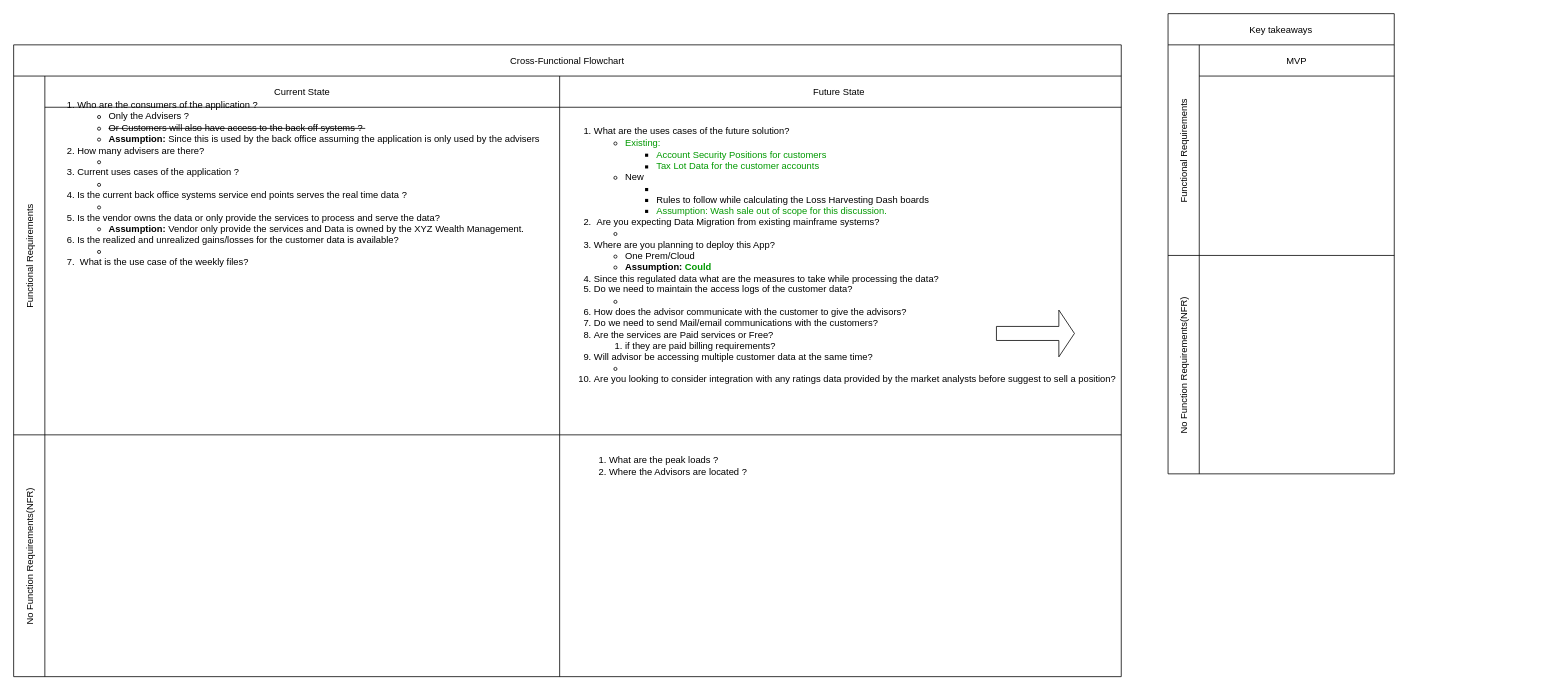
Earlier version of the draw.io diagram page "Discussion" (2 of 3) of solution/XYZ Wealth Management.drawio (Vykuntarao-n/loss-harvesting-dashboard). Source tidied: cells renumbered, new cells numbered last; positions are measured from the earlier drawing's top-left corner, leaving out a move shared by most shapes. Both pictures are drawn from the tidied source at 78%, with x=0, y=0 at pixel (13, 13).
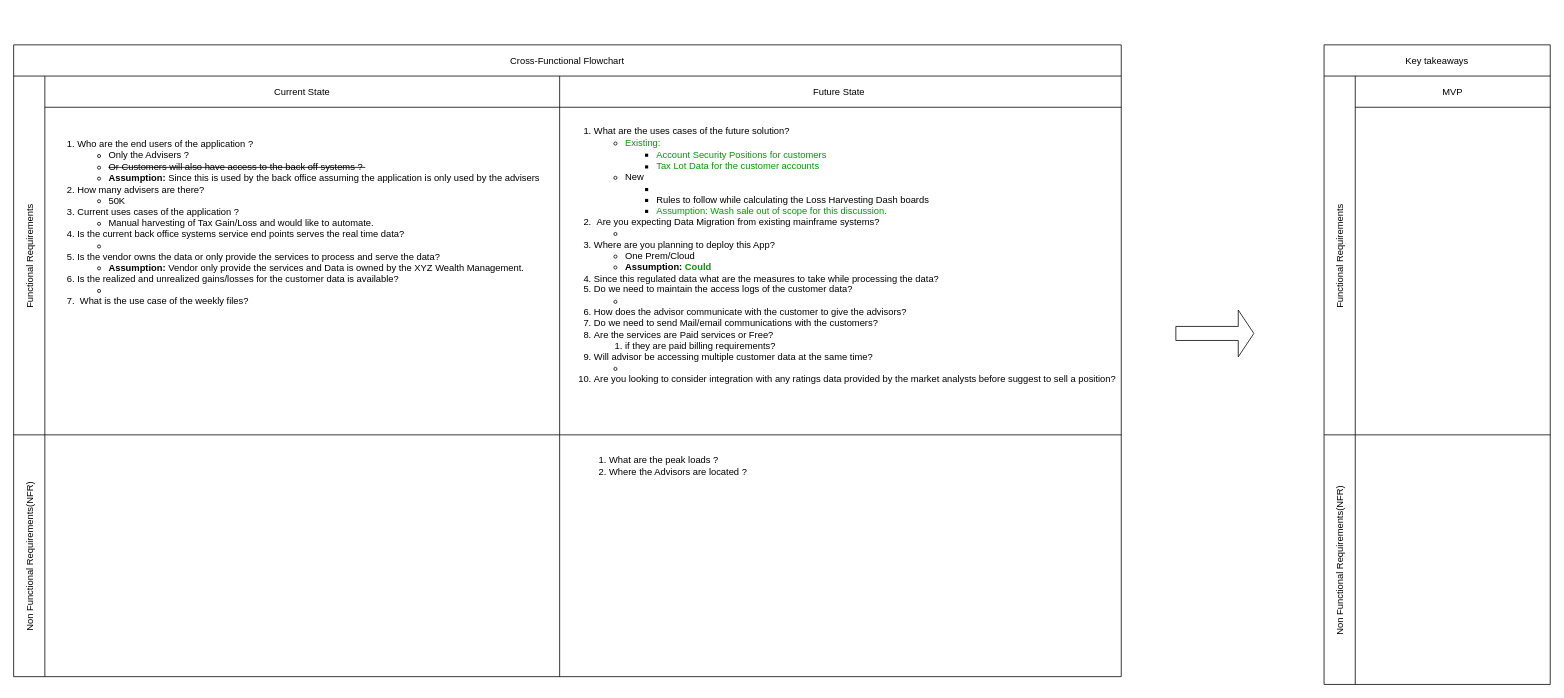
The same diagram, later.

What changed in the source:
```diff
@@
 <mxGraphModel>
   <root>
     <mxCell id="0" />
     <mxCell id="1" parent="0" />
     <mxCell id="2" value="Cross-Functional Flowchart" style="shape=table;childLayout=tableLayout;startSize=40;" parent="1" vertex="1">
       <mxGeometry y="40" width="1420" height="810" as="geometry" />
     </mxCell>
     <mxCell id="3" value="Functional Requirements" style="shape=tableRow;horizontal=0;swimlaneHead=0;swimlaneBody=0;top=0;left=0;bottom=0;right=0;fontStyle=0;fillColor=none;startSize=40;" parent="2" vertex="1">
       <mxGeometry y="40" width="1420" height="460" as="geometry" />
     </mxCell>
     <mxCell id="4" value="Current State" style="swimlane;swimlaneHead=0;swimlaneBody=0;fontStyle=0;fillColor=none;startSize=40;" parent="3" vertex="1">
       <mxGeometry x="40" width="660" height="460" as="geometry" />
     </mxCell>
-    <mxCell id="5" value="&lt;ol&gt;&lt;li&gt;&lt;span style=&quot;background-color: initial;&quot;&gt;Who are the consumers of the application ?&lt;/span&gt;&lt;/li&gt;&lt;ul&gt;&lt;li&gt;&lt;span style=&quot;background-color: initial;&quot;&gt;Only the Advisers ?&amp;nbsp;&lt;/span&gt;&lt;/li&gt;&lt;li&gt;&lt;strike&gt;Or Customers will also have access to the back off systems ?&amp;nbsp;&lt;/strike&gt;&lt;/li&gt;&lt;li&gt;&lt;b&gt;Assumption: &lt;/b&gt;Since this is used by the back office assuming the application is only used by the advisers&lt;/li&gt;&lt;/ul&gt;&lt;li&gt;&lt;span style=&quot;background-color: initial;&quot;&gt;How many advisers are there?&amp;nbsp;&lt;/span&gt;&lt;/li&gt;&lt;ul&gt;&lt;li&gt;&lt;span style=&quot;background-color: initial;&quot;&gt;&lt;br&gt;&lt;/span&gt;&lt;/li&gt;&lt;/ul&gt;&lt;li&gt;&lt;span style=&quot;background-color: initial;&quot;&gt;Current uses cases of the application ?&amp;nbsp;&lt;/span&gt;&lt;/li&gt;&lt;ul&gt;&lt;li&gt;&lt;span style=&quot;background-color: initial;&quot;&gt;&lt;br&gt;&lt;/span&gt;&lt;/li&gt;&lt;/ul&gt;&lt;li&gt;Is the current back office systems service end points serves the real time data ?&amp;nbsp;&lt;/li&gt;&lt;ul&gt;&lt;li&gt;&lt;br&gt;&lt;/li&gt;&lt;/ul&gt;&lt;li&gt;Is the vendor owns the data or only provide the services to process and serve the data?&amp;nbsp;&lt;/li&gt;&lt;ul&gt;&lt;li&gt;&lt;b&gt;Assumption: &lt;/b&gt;Vendor only provide the services and Data is owned by the XYZ Wealth Management.&amp;nbsp;&lt;/li&gt;&lt;/ul&gt;&lt;li&gt;&lt;span&gt;Is the realized and unrealized gains/losses for the customer data is available?&lt;/span&gt;&lt;br&gt;&lt;/li&gt;&lt;ul&gt;&lt;li&gt;&lt;span&gt;&lt;br&gt;&lt;/span&gt;&lt;/li&gt;&lt;/ul&gt;&lt;li&gt;&lt;span&gt;&lt;b style=&quot;&quot;&gt;&amp;nbsp;&lt;/b&gt;What is the use case&amp;nbsp;of the weekly files?&lt;div style=&quot;&quot;&gt;&lt;span style=&quot;background-color: initial;&quot;&gt;&lt;br&gt;&lt;/span&gt;&lt;/div&gt;&lt;span style=&quot;&quot;&gt;&amp;nbsp;&lt;/span&gt;&lt;br&gt;&lt;/span&gt;&lt;/li&gt;&lt;/ol&gt;&lt;div&gt;&lt;br&gt;&lt;/div&gt;" style="text;html=1;align=left;verticalAlign=middle;strokeColor=none;fillColor=none;" parent="4" vertex="1">
-      <mxGeometry y="10" width="660" height="300" as="geometry" />
+    <mxCell id="5" value="&lt;ol&gt;&lt;li&gt;&lt;span style=&quot;background-color: initial;&quot;&gt;Who are the end users of the application ?&lt;/span&gt;&lt;/li&gt;&lt;ul&gt;&lt;li&gt;&lt;span style=&quot;background-color: initial;&quot;&gt;Only the Advisers ?&amp;nbsp;&lt;/span&gt;&lt;/li&gt;&lt;li&gt;&lt;strike&gt;Or Customers will also have access to the back off systems ?&amp;nbsp;&lt;/strike&gt;&lt;/li&gt;&lt;li&gt;&lt;b&gt;Assumption: &lt;/b&gt;Since this is used by the back office assuming the application is only used by the advisers&lt;/li&gt;&lt;/ul&gt;&lt;li&gt;&lt;span style=&quot;background-color: initial;&quot;&gt;How many advisers are there?&amp;nbsp;&lt;/span&gt;&lt;/li&gt;&lt;ul&gt;&lt;li&gt;50K&lt;/li&gt;&lt;/ul&gt;&lt;li&gt;&lt;span style=&quot;background-color: initial;&quot;&gt;Current uses cases&amp;nbsp;of the application ?&amp;nbsp;&lt;/span&gt;&lt;/li&gt;&lt;ul&gt;&lt;li&gt;&lt;span style=&quot;background-color: initial;&quot;&gt;Manual harvesting of Tax Gain/Loss and would like to automate.&lt;/span&gt;&lt;/li&gt;&lt;/ul&gt;&lt;li&gt;Is the current back office systems service end points serves the real time data?&amp;nbsp;&lt;/li&gt;&lt;ul&gt;&lt;li&gt;&lt;br&gt;&lt;/li&gt;&lt;/ul&gt;&lt;li&gt;Is the vendor owns the data or only provide the services to process and serve the data?&amp;nbsp;&lt;/li&gt;&lt;ul&gt;&lt;li&gt;&lt;b&gt;Assumption: &lt;/b&gt;Vendor only provide the services and Data is owned by the XYZ Wealth Management.&amp;nbsp;&lt;/li&gt;&lt;/ul&gt;&lt;li&gt;&lt;span&gt;Is the realized and unrealized gains/losses for the customer data is available?&lt;/span&gt;&lt;br&gt;&lt;/li&gt;&lt;ul&gt;&lt;li&gt;&lt;span&gt;&lt;br&gt;&lt;/span&gt;&lt;/li&gt;&lt;/ul&gt;&lt;li&gt;&lt;span&gt;&lt;b style=&quot;&quot;&gt;&amp;nbsp;&lt;/b&gt;What is the use case&amp;nbsp;of the weekly files?&lt;div style=&quot;&quot;&gt;&lt;span style=&quot;background-color: initial;&quot;&gt;&lt;br&gt;&lt;/span&gt;&lt;/div&gt;&lt;span style=&quot;&quot;&gt;&amp;nbsp;&lt;/span&gt;&lt;br&gt;&lt;/span&gt;&lt;/li&gt;&lt;/ol&gt;&lt;div&gt;&lt;br&gt;&lt;/div&gt;" style="text;html=1;align=left;verticalAlign=middle;strokeColor=none;fillColor=none;" parent="4" vertex="1">
+      <mxGeometry y="60" width="660" height="300" as="geometry" />
     </mxCell>
     <mxCell id="6" value="Future State " style="swimlane;swimlaneHead=0;swimlaneBody=0;fontStyle=0;fillColor=none;startSize=40;" parent="3" vertex="1">
       <mxGeometry x="700" width="720" height="460" as="geometry" />
     </mxCell>
     <mxCell id="7" value="&lt;ol&gt;&lt;li style=&quot;text-align: left;&quot;&gt;What are the uses cases of the future solution?&lt;/li&gt;&lt;ul&gt;&lt;li style=&quot;text-align: left;&quot;&gt;&lt;span style=&quot;line-height: 107%;&quot;&gt;&lt;font color=&quot;#009900&quot; style=&quot;font-size: 12px;&quot;&gt;Existing:&amp;nbsp;&lt;/font&gt;&lt;/span&gt;&lt;/li&gt;&lt;ul&gt;&lt;li style=&quot;text-align: left;&quot;&gt;&lt;font color=&quot;#009900&quot;&gt;&lt;span style=&quot;line-height: 107%;&quot;&gt;&lt;font style=&quot;font-size: 12px;&quot;&gt;Account Security Positions for customers&lt;/font&gt;&lt;/span&gt;&lt;span style=&quot;font-size: 11pt; line-height: 107%;&quot;&gt;&amp;nbsp;&lt;/span&gt;&lt;/font&gt;&lt;/li&gt;&lt;li style=&quot;text-align: left;&quot;&gt;&lt;font color=&quot;#009900&quot; style=&quot;font-size: 12px;&quot;&gt;Tax Lot Data for the customer accounts&lt;/font&gt;&lt;/li&gt;&lt;/ul&gt;&lt;li style=&quot;text-align: left;&quot;&gt;&lt;font style=&quot;font-size: 12px;&quot;&gt;New&lt;/font&gt;&lt;/li&gt;&lt;ul&gt;&lt;li style=&quot;text-align: left;&quot;&gt;&lt;br&gt;&lt;/li&gt;&lt;li style=&quot;text-align: left;&quot;&gt;Rules to follow while calculating the Loss Harvesting Dash boards&lt;/li&gt;&lt;li style=&quot;text-align: left;&quot;&gt;&lt;font color=&quot;#009900&quot;&gt;Assumption: Wash sale out of scope for this discussion.&lt;/font&gt;&amp;nbsp;&amp;nbsp;&lt;/li&gt;&lt;/ul&gt;&lt;/ul&gt;&lt;li style=&quot;text-align: left;&quot;&gt;&amp;nbsp;Are you expecting Data Migration from existing mainframe systems?&lt;/li&gt;&lt;ul&gt;&lt;li style=&quot;text-align: left;&quot;&gt;&lt;br&gt;&lt;/li&gt;&lt;/ul&gt;&lt;li style=&quot;text-align: left;&quot;&gt;Where are you planning to deploy this App?&lt;/li&gt;&lt;ul&gt;&lt;li style=&quot;text-align: left;&quot;&gt;One Prem/Cloud&amp;nbsp;&lt;/li&gt;&lt;li style=&quot;text-align: left;&quot;&gt;&lt;b&gt;Assumption: &lt;font color=&quot;#009900&quot;&gt;Could&lt;/font&gt;&lt;/b&gt;&lt;/li&gt;&lt;/ul&gt;&lt;li style=&quot;text-align: left;&quot;&gt;Since this regulated data what are the measures to take while processing the data?&lt;/li&gt;&lt;li style=&quot;text-align: left;&quot;&gt;Do we need to maintain the access logs of the customer data?&lt;/li&gt;&lt;ul&gt;&lt;li style=&quot;text-align: left;&quot;&gt;&lt;br&gt;&lt;/li&gt;&lt;/ul&gt;&lt;li style=&quot;text-align: left;&quot;&gt;How does the advisor communicate with the customer to give the advisors?&lt;/li&gt;&lt;li style=&quot;text-align: left;&quot;&gt;Do we need to send Mail/email communications with the customers?&lt;/li&gt;&lt;li style=&quot;text-align: left;&quot;&gt;Are the services are Paid services or Free?&lt;/li&gt;&lt;ol&gt;&lt;li style=&quot;text-align: left;&quot;&gt;if they are paid billing requirements?&amp;nbsp;&amp;nbsp;&lt;/li&gt;&lt;/ol&gt;&lt;li style=&quot;text-align: left;&quot;&gt;Will advisor be accessing multiple customer data at the same time?&amp;nbsp;&lt;/li&gt;&lt;ul&gt;&lt;li style=&quot;text-align: left;&quot;&gt;&lt;br&gt;&lt;/li&gt;&lt;/ul&gt;&lt;li style=&quot;text-align: left;&quot;&gt;Are you looking to consider integration with any ratings data provided by the market analysts before suggest to sell a position?&amp;nbsp;&lt;/li&gt;&lt;/ol&gt;" style="text;html=1;align=center;verticalAlign=middle;strokeColor=none;fillColor=none;" parent="6" vertex="1">
       <mxGeometry x="-10" y="45" width="740" height="370" as="geometry" />
     </mxCell>
-    <mxCell id="8" value="No Function Requirements(NFR)" style="shape=tableRow;horizontal=0;swimlaneHead=0;swimlaneBody=0;top=0;left=0;bottom=0;right=0;fontStyle=0;fillColor=none;startSize=40;" parent="2" vertex="1">
+    <mxCell id="8" value="Non Functional Requirements(NFR)" style="shape=tableRow;horizontal=0;swimlaneHead=0;swimlaneBody=0;top=0;left=0;bottom=0;right=0;fontStyle=0;fillColor=none;startSize=40;" parent="2" vertex="1">
       <mxGeometry y="500" width="1420" height="310" as="geometry" />
     </mxCell>
     <mxCell id="9" style="swimlane;swimlaneHead=0;swimlaneBody=0;fontStyle=0;fillColor=none;startSize=0;" parent="8" vertex="1">
       <mxGeometry x="40" width="660" height="310" as="geometry" />
     </mxCell>
     <mxCell id="10" style="swimlane;swimlaneHead=0;swimlaneBody=0;fontStyle=0;fillColor=none;startSize=0;" parent="8" vertex="1">
       <mxGeometry x="700" width="720" height="310" as="geometry" />
     </mxCell>
     <mxCell id="11" value="&lt;ol&gt;&lt;li style=&quot;text-align: left;&quot;&gt;&lt;span style=&quot;&quot;&gt;What are the peak loads ?&lt;/span&gt;&lt;/li&gt;&lt;li style=&quot;text-align: left;&quot;&gt;&lt;span style=&quot;&quot;&gt;Where the Advisors are located ?&amp;nbsp;&amp;nbsp;&lt;/span&gt;&lt;/li&gt;&lt;/ol&gt;" style="text;html=1;align=center;verticalAlign=middle;strokeColor=none;fillColor=none;" parent="10" vertex="1">
       <mxGeometry x="10" y="5" width="250" height="70" as="geometry" />
     </mxCell>
     <mxCell id="12" style="shape=singleArrow;whiteSpace=wrap;html=1;" parent="1" vertex="1">
-      <mxGeometry x="1260" y="380" width="100" height="60" as="geometry" />
+      <mxGeometry x="1490" y="380" width="100" height="60" as="geometry" />
     </mxCell>
     <mxCell id="13" value="Key takeaways" style="shape=table;childLayout=tableLayout;startSize=40;" parent="1" vertex="1">
-      <mxGeometry x="1480" width="290" height="590" as="geometry" />
+      <mxGeometry x="1680" y="40" width="290" height="820" as="geometry" />
     </mxCell>
     <mxCell id="14" value="Functional Requirements" style="shape=tableRow;horizontal=0;swimlaneHead=0;swimlaneBody=0;top=0;left=0;bottom=0;right=0;fontStyle=0;fillColor=none;startSize=40;" parent="13" vertex="1">
-      <mxGeometry y="40" width="290" height="270" as="geometry" />
+      <mxGeometry y="40" width="290" height="460" as="geometry" />
     </mxCell>
     <mxCell id="15" value="MVP" style="swimlane;swimlaneHead=0;swimlaneBody=0;fontStyle=0;fillColor=none;startSize=40;" parent="14" vertex="1">
-      <mxGeometry x="40" width="250" height="270" as="geometry" />
+      <mxGeometry x="40" width="250" height="460" as="geometry" />
     </mxCell>
-    <mxCell id="16" value="No Function Requirements(NFR)" style="shape=tableRow;horizontal=0;swimlaneHead=0;swimlaneBody=0;top=0;left=0;bottom=0;right=0;fontStyle=0;fillColor=none;startSize=40;" parent="13" vertex="1">
-      <mxGeometry y="310" width="290" height="280" as="geometry" />
+    <mxCell id="16" value="Non Functional Requirements(NFR)" style="shape=tableRow;horizontal=0;swimlaneHead=0;swimlaneBody=0;top=0;left=0;bottom=0;right=0;fontStyle=0;fillColor=none;startSize=40;" parent="13" vertex="1">
+      <mxGeometry y="500" width="290" height="320" as="geometry" />
     </mxCell>
     <mxCell id="17" style="swimlane;swimlaneHead=0;swimlaneBody=0;fontStyle=0;fillColor=none;startSize=0;" parent="16" vertex="1">
-      <mxGeometry x="40" width="250" height="280" as="geometry" />
+      <mxGeometry x="40" width="250" height="320" as="geometry" />
     </mxCell>
   </root>
 </mxGraphModel>
```
